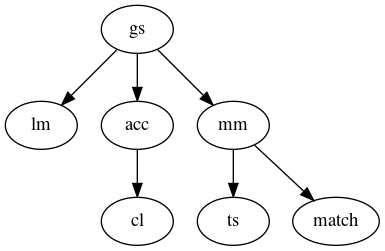
This is rel/supervision_tree.png from SiIky/pc-1819-tp, a Graphviz export, as it was before one commit. Its source is kept beside it as rel/supervision_tree.gv. Source of this version:
```dot
digraph G {
    graph [layout=dot rankdir=TB];
    gs -> {lm acc mm};
    acc -> cl;
    mm -> {ts match};
}
```
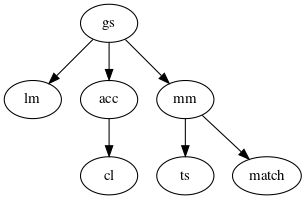
The same diagram one commit later.

What changed in the source:
```diff
@@ -1,4 +1,6 @@
 digraph G {
+    size="0.3,0.3";
+    ratio=auto;
     graph [layout=dot rankdir=TB];
     gs -> {lm acc mm};
     acc -> cl;
```
